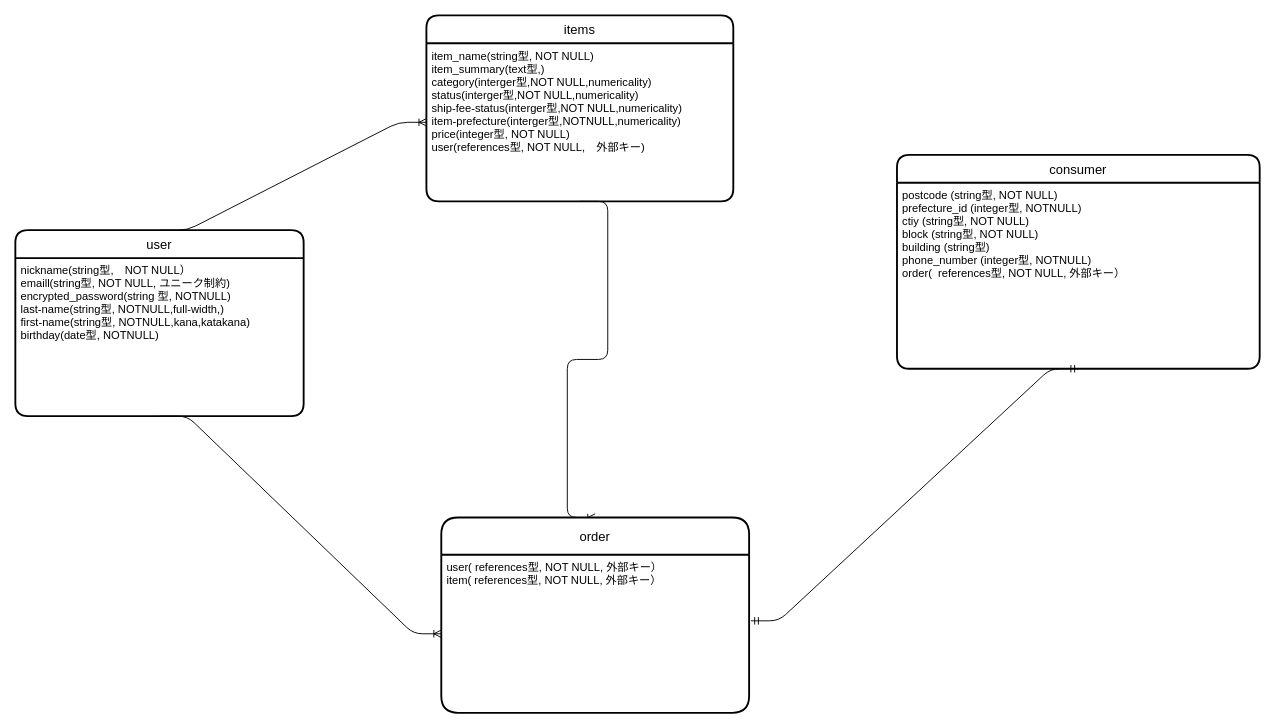
Above: furima.dio in c244a0/furima-38196 (draw.io), before the change. Source tidied: cells renumbered, new cells numbered last; positions are measured from the earlier drawing's top-left corner, leaving out a move shared by most shapes. Both pictures are drawn from the tidied source at 93%, with x=0, y=0 at pixel (15, 15).
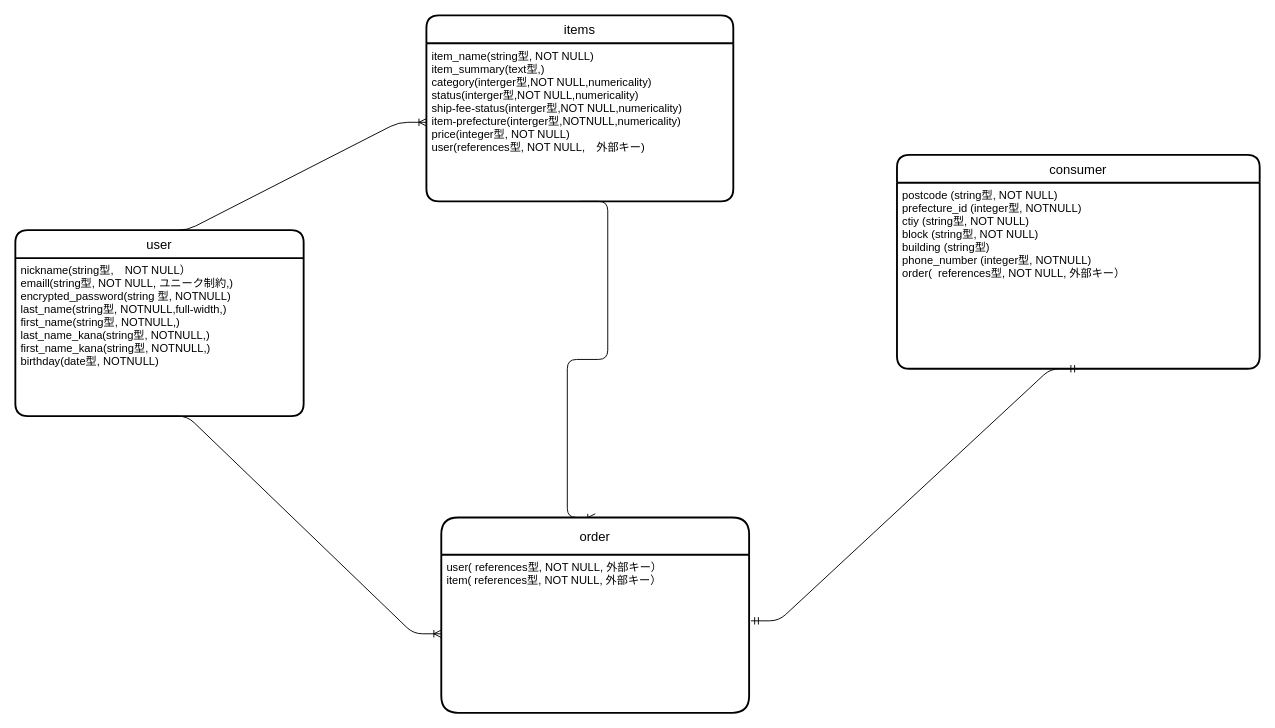
After the change.

Commit message:
データベース設計　修正版３

Change to the diagram source:
```diff
@@
 <mxGraphModel>
   <root>
     <mxCell id="0" />
     <mxCell id="1" parent="0" />
     <mxCell id="2" value="user" style="swimlane;horizontal=1;startSize=30;rounded=1;fontSize=14;fontStyle=0;strokeWidth=2;shadow=0;dashed=0;align=center;" parent="1" vertex="1">
       <mxGeometry y="231" width="310" height="200" as="geometry" />
     </mxCell>
-    <mxCell id="3" value="nickname(string型,　NOT NULL）&#10;emaill(string型, NOT NULL, ユニーク制約)&#10;encrypted_password(string 型, NOTNULL)&#10;last-name(string型, NOTNULL,full-width,)&#10;first-name(string型, NOTNULL,kana,katakana)&#10;birthday(date型, NOTNULL)" style="align=left;strokeColor=none;fillColor=none;spacingLeft=4;fontSize=12;verticalAlign=top;" parent="2" vertex="1">
+    <mxCell id="3" value="nickname(string型,　NOT NULL）&#10;emaill(string型, NOT NULL, ユニーク制約,)&#10;encrypted_password(string 型, NOTNULL)&#10;last_name(string型, NOTNULL,full-width,)&#10;first_name(string型, NOTNULL,)&#10;last_name_kana(string型, NOTNULL,)&#10;first_name_kana(string型, NOTNULL,)&#10;birthday(date型, NOTNULL)" style="align=left;strokeColor=none;fillColor=none;spacingLeft=4;fontSize=12;verticalAlign=top;" parent="2" vertex="1">
       <mxGeometry y="30" width="310" height="170" as="geometry" />
     </mxCell>
     <mxCell id="4" value="items" style="swimlane;horizontal=1;startSize=30;rounded=1;fontSize=14;fontStyle=0;strokeWidth=2;shadow=0;dashed=0;align=center;" parent="1" vertex="1">
       <mxGeometry x="442" width="330" height="200" as="geometry" />
     </mxCell>
     <mxCell id="5" value="item_name(string型, NOT NULL)&#10;item_summary(text型,)&#10;category(interger型,NOT NULL,numericality)&#10;status(interger型,NOT NULL,numericality)&#10;ship-fee-status(interger型,NOT NULL,numericality)&#10;item-prefecture(interger型,NOTNULL,numericality)&#10;price(integer型, NOT NULL)&#10;user(references型, NOT NULL,　外部キー)" style="align=left;strokeColor=none;fillColor=none;spacingLeft=4;fontSize=12;verticalAlign=top;" parent="4" vertex="1">
       <mxGeometry y="30" width="330" height="170" as="geometry" />
     </mxCell>
     <mxCell id="6" style="edgeStyle=entityRelationEdgeStyle;fontSize=12;html=1;endArrow=ERoneToMany;exitX=0.5;exitY=0;exitDx=0;exitDy=0;entryX=0;entryY=0.5;entryDx=0;entryDy=0;" parent="1" edge="1" source="2" target="5">
       <mxGeometry relative="1" as="geometry" />
     </mxCell>
     <mxCell id="7" style="edgeStyle=entityRelationEdgeStyle;fontSize=12;html=1;endArrow=ERoneToMany;exitX=0.5;exitY=1;exitDx=0;exitDy=0;entryX=0;entryY=0.5;entryDx=0;entryDy=0;" parent="1" edge="1" source="3" target="12">
       <mxGeometry relative="1" as="geometry" />
     </mxCell>
     <mxCell id="8" style="edgeStyle=entityRelationEdgeStyle;fontSize=12;html=1;endArrow=ERoneToMany;entryX=0.5;entryY=0;entryDx=0;entryDy=0;exitX=0.5;exitY=1;exitDx=0;exitDy=0;" parent="1" edge="1" source="5" target="11">
       <mxGeometry relative="1" as="geometry" />
     </mxCell>
     <mxCell id="9" value="consumer" style="swimlane;horizontal=1;startSize=30;rounded=1;fontSize=14;fontStyle=0;strokeWidth=2;shadow=0;dashed=0;align=center;" parent="1" vertex="1">
       <mxGeometry x="948" y="150" width="390" height="230" as="geometry" />
     </mxCell>
     <mxCell id="10" value="postcode (string型, NOT NULL)&#10;prefecture_id (integer型, NOTNULL)&#10;ctiy (string型, NOT NULL)&#10;block (string型, NOT NULL)&#10;building (string型)&#10;phone_number (integer型, NOTNULL)&#10;order(  references型, NOT NULL, 外部キー）" style="align=left;strokeColor=none;fillColor=none;spacingLeft=4;fontSize=12;verticalAlign=top;" parent="9" vertex="1">
       <mxGeometry y="30" width="390" height="200" as="geometry" />
     </mxCell>
     <mxCell id="11" value="order" style="swimlane;horizontal=1;startSize=40;rounded=1;fontSize=14;fontStyle=0;strokeWidth=2;shadow=0;dashed=0;align=center;" parent="1" vertex="1">
       <mxGeometry x="458" y="540" width="331" height="210" as="geometry" />
     </mxCell>
     <mxCell id="12" value="user( references型, NOT NULL, 外部キー）&#10;item( references型, NOT NULL, 外部キー）" style="align=left;strokeColor=none;fillColor=none;spacingLeft=4;fontSize=12;verticalAlign=top;" parent="11" vertex="1">
       <mxGeometry y="40" width="331" height="170" as="geometry" />
     </mxCell>
     <mxCell id="13" style="edgeStyle=entityRelationEdgeStyle;fontSize=12;html=1;endArrow=ERmandOne;startArrow=ERmandOne;exitX=1.006;exitY=0.418;exitDx=0;exitDy=0;exitPerimeter=0;entryX=0.5;entryY=1;entryDx=0;entryDy=0;" parent="1" edge="1" source="12" target="10">
       <mxGeometry relative="1" as="geometry" />
     </mxCell>
   </root>
 </mxGraphModel>
```
